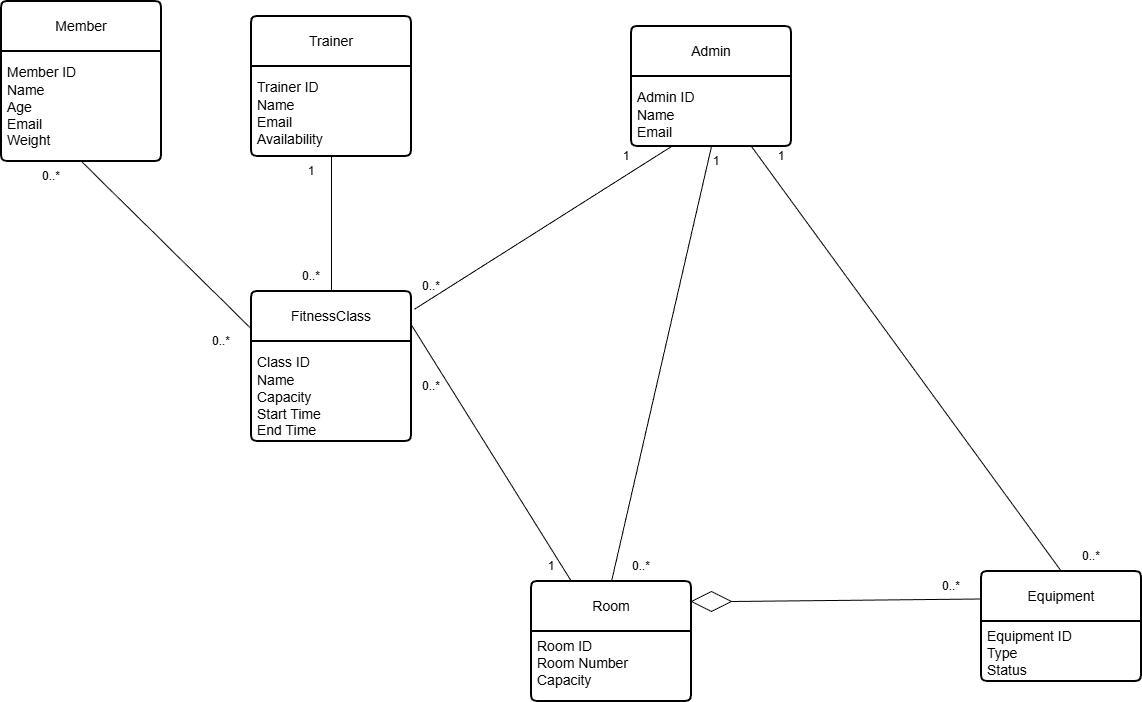
Above: docs/ER Model.png in AissatouB26/Health-and-Fitness-Club-Management-System (draw.io), before the change. Source tidied: cells renumbered, new cells last; positions are measured from the earlier drawing's top-left corner, leaving out a move shared by most shapes.
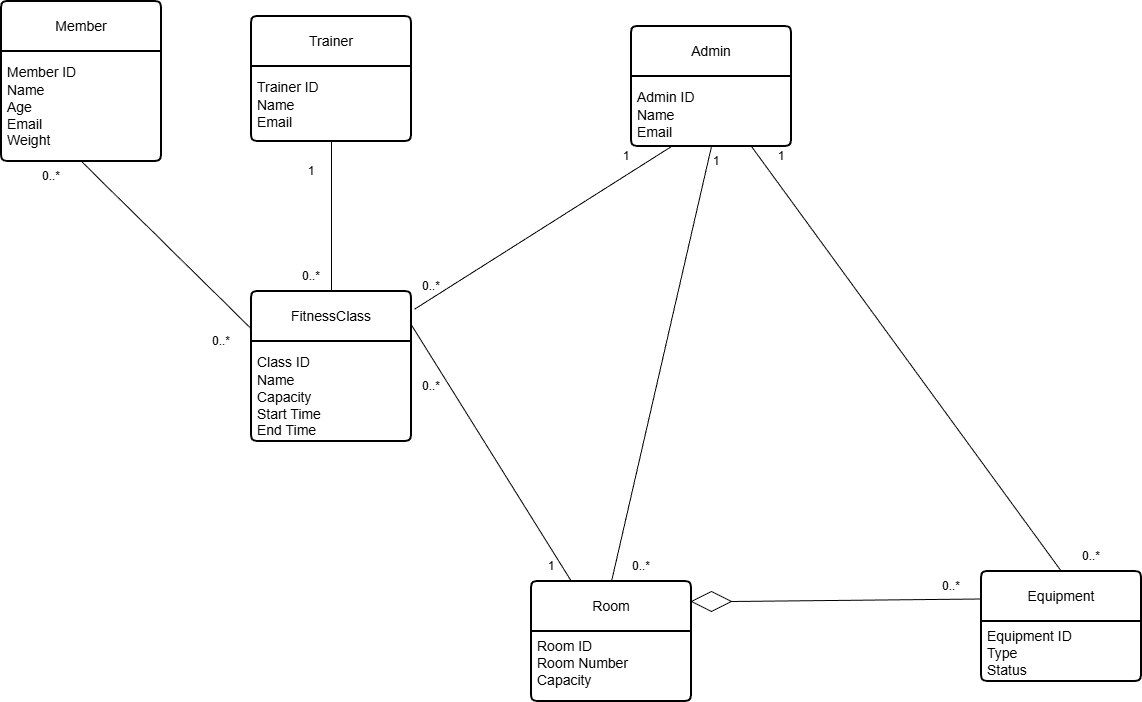
The same diagram one commit later.

Change to the diagram source:
```diff
@@ -9,10 +9,10 @@
       <mxGeometry y="50" width="160" height="110" as="geometry" />
     </mxCell>
     <mxCell id="4" value="Trainer" style="swimlane;horizontal=1;startSize=50;rounded=1;fontSize=14;fontStyle=0;strokeWidth=2;shadow=0;dashed=0;align=center;arcSize=4;whiteSpace=wrap;html=1;" parent="1" vertex="1">
-      <mxGeometry x="250" y="15" width="160" height="140" as="geometry" />
+      <mxGeometry x="250" y="15" width="160" height="125" as="geometry" />
     </mxCell>
-    <mxCell id="5" value="&lt;font face=&quot;Helvetica&quot;&gt;&lt;font style=&quot;box-sizing: content-box; -webkit-font-smoothing: antialiased; scrollbar-width: thin; font-size: 20px;&quot;&gt;&lt;font style=&quot;box-sizing: content-box; -webkit-font-smoothing: antialiased; scrollbar-width: thin; font-size: 14px;&quot;&gt;Trainer ID&lt;/font&gt;&lt;br style=&quot;box-sizing: content-box; -webkit-font-smoothing: antialiased; scrollbar-width: thin;&quot;&gt;&lt;/font&gt;&lt;font style=&quot;box-sizing: content-box; -webkit-font-smoothing: antialiased; scrollbar-width: thin; font-size: 14px;&quot;&gt;Name&lt;/font&gt;&lt;br style=&quot;box-sizing: content-box; -webkit-font-smoothing: antialiased; scrollbar-width: thin; font-size: 20px;&quot;&gt;&lt;font style=&quot;box-sizing: content-box; -webkit-font-smoothing: antialiased; scrollbar-width: thin; font-size: 14px;&quot;&gt;Email&lt;/font&gt;&lt;br style=&quot;box-sizing: content-box; -webkit-font-smoothing: antialiased; scrollbar-width: thin; font-size: 20px;&quot;&gt;&lt;span style=&quot;font-size: 14px;&quot;&gt;Availability&lt;/span&gt;&lt;/font&gt;" style="align=left;strokeColor=none;fillColor=none;spacingLeft=4;spacingRight=4;fontSize=12;verticalAlign=top;html=1;whiteSpace=wrap;" parent="4" vertex="1">
-      <mxGeometry y="50" width="160" height="90" as="geometry" />
+    <mxCell id="5" value="&lt;font face=&quot;Helvetica&quot;&gt;&lt;font style=&quot;box-sizing: content-box; -webkit-font-smoothing: antialiased; scrollbar-width: thin; font-size: 20px;&quot;&gt;&lt;font style=&quot;box-sizing: content-box; -webkit-font-smoothing: antialiased; scrollbar-width: thin; font-size: 14px;&quot;&gt;Trainer ID&lt;/font&gt;&lt;br style=&quot;box-sizing: content-box; -webkit-font-smoothing: antialiased; scrollbar-width: thin;&quot;&gt;&lt;/font&gt;&lt;font style=&quot;box-sizing: content-box; -webkit-font-smoothing: antialiased; scrollbar-width: thin; font-size: 14px;&quot;&gt;Name&lt;/font&gt;&lt;br style=&quot;box-sizing: content-box; -webkit-font-smoothing: antialiased; scrollbar-width: thin; font-size: 20px;&quot;&gt;&lt;font style=&quot;box-sizing: content-box; -webkit-font-smoothing: antialiased; scrollbar-width: thin; font-size: 14px;&quot;&gt;Email&lt;/font&gt;&lt;br&gt;&lt;/font&gt;" style="align=left;strokeColor=none;fillColor=none;spacingLeft=4;spacingRight=4;fontSize=12;verticalAlign=top;html=1;whiteSpace=wrap;" parent="4" vertex="1">
+      <mxGeometry y="50" width="160" height="75" as="geometry" />
     </mxCell>
     <mxCell id="6" value="Admin" style="swimlane;horizontal=1;startSize=50;rounded=1;fontSize=14;fontStyle=0;strokeWidth=2;shadow=0;dashed=0;align=center;arcSize=4;whiteSpace=wrap;html=1;" parent="1" vertex="1">
       <mxGeometry x="630" y="25" width="160" height="120" as="geometry" />
```
